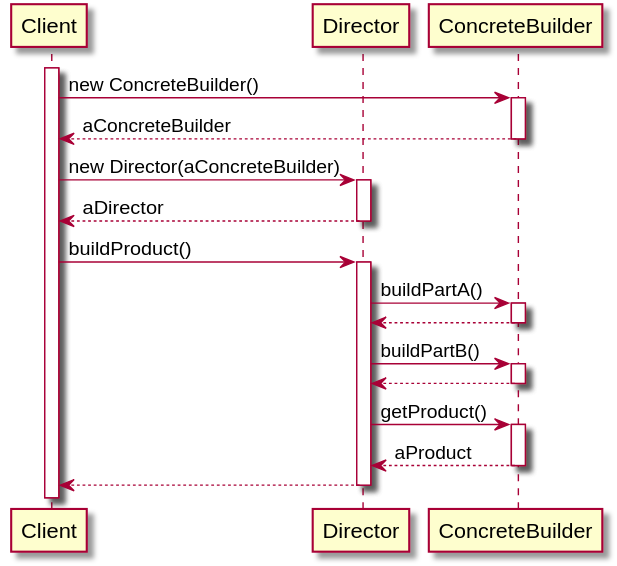
Above: programming/patterns/Builder/Sequence.svg in pvc1989/miniWiki (PlantUML), before the change.
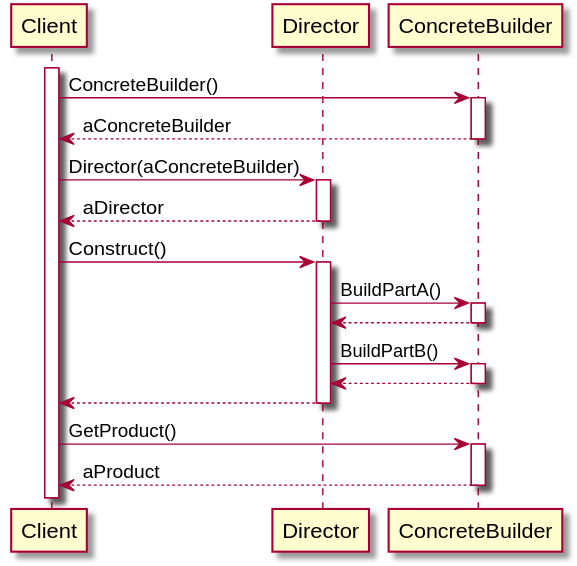
Later version of the same file.

Commit message:
Update diagrams and description for Builder.

Diff of the diagram source:
```diff
@@ -4,33 +4,32 @@
 participant ConcreteBuilder order 3
 
 activate Client
-
-Client -> ConcreteBuilder: new ConcreteBuilder()
-activate ConcreteBuilder
-Client <-- ConcreteBuilder: aConcreteBuilder
-deactivate ConcreteBuilder
-
-Client -> Director: new Director(aConcreteBuilder)
-activate Director
-Client <-- Director: aDirector
-deactivate Director
-
-Client -> Director: buildProduct()
-activate Director
-  Director -> ConcreteBuilder: buildPartA()
+  Client -> ConcreteBuilder: ConcreteBuilder()
   activate ConcreteBuilder
-  Director <-- ConcreteBuilder
+  Client <-- ConcreteBuilder: aConcreteBuilder
   deactivate ConcreteBuilder
 
-  Director -> ConcreteBuilder: buildPartB()
+  Client -> Director: Director(aConcreteBuilder)
+  activate Director
+  Client <-- Director: aDirector
+  deactivate Director
+
+  Client -> Director: Construct()
+  activate Director
+    Director -> ConcreteBuilder: BuildPartA()
+    activate ConcreteBuilder
+    Director <-- ConcreteBuilder
+    deactivate ConcreteBuilder
+
+    Director -> ConcreteBuilder: BuildPartB()
+    activate ConcreteBuilder
+    Director <-- ConcreteBuilder
+    deactivate ConcreteBuilder
+  Client <-- Director
+  deactivate Director
+
+  Client -> ConcreteBuilder: GetProduct()
   activate ConcreteBuilder
-  Director <-- ConcreteBuilder
+  Client <-- ConcreteBuilder : aProduct
   deactivate ConcreteBuilder
-
-  Director -> ConcreteBuilder: getProduct()
-  activate ConcreteBuilder
-  Director <-- ConcreteBuilder: aProduct
-  deactivate ConcreteBuilder
-Client <-- Director
-deactivate Director
 @enduml
```
